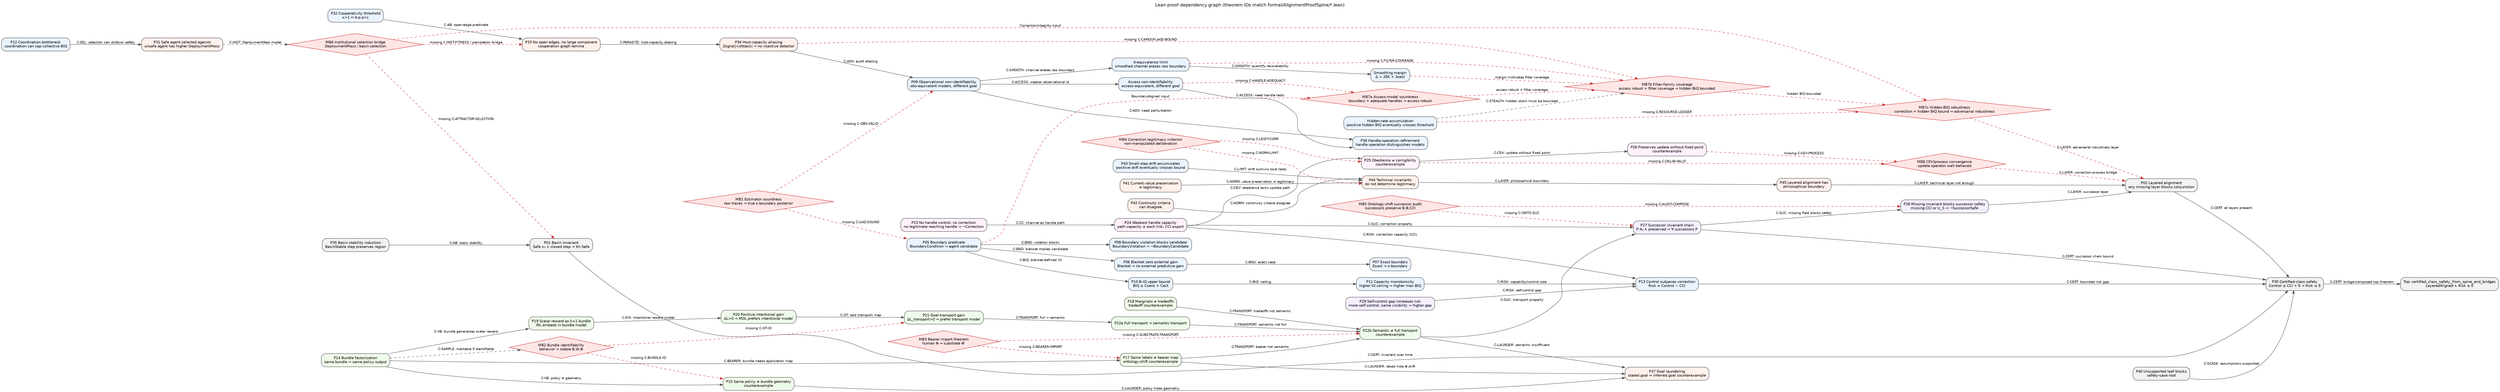
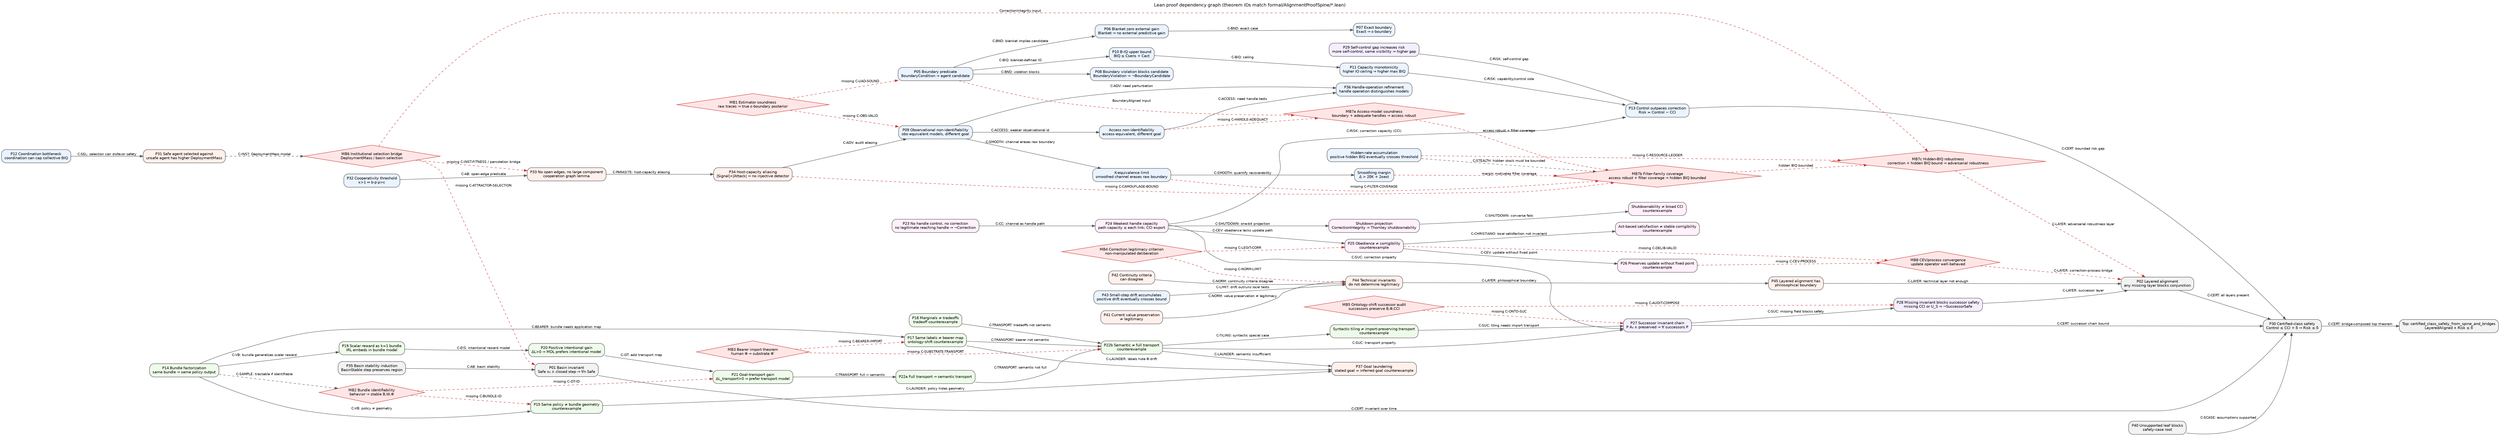
digraph LeanProofDependencies {
  graph [
    rankdir=LR,
    bgcolor="white",
    compound=false,
    splines=true,
    overlap=false,
    fontsize=12,
    fontname="Helvetica",
    label="Lean proof dependency graph (theorem IDs match formal/AlignmentProofSpine/*.lean)",
    labelloc="t"
  ];

  node [shape=box, style="rounded,filled", fontname="Helvetica", fontsize=10, color="#444444", fillcolor="#F8F8F8"];
  edge [fontname="Helvetica", fontsize=9, color="#555555", arrowsize=0.8];

  // Boundaries (ch6–7, 10, 36)
  P05 [label="P05 Boundary predicate\nBoundaryCondition ⇒ agent candidate", fillcolor="#EAF3FF"];
  P06 [label="P06 Blanket zero external gain\nBlanket ⇒ no external predictive gain", fillcolor="#EAF3FF"];
  P07 [label="P07 Exact boundary\nExact ⇒ ε-boundary", fillcolor="#EAF3FF"];
  P08 [label="P08 Boundary violation blocks candidate\nBoundaryViolation ⇒ ¬BoundaryCandidate", fillcolor="#EAF3FF"];
  P09 [label="P09 Observational non-identifiability\nobs-equivalent models, different goal", fillcolor="#EAF3FF"];
  P09A [label="Access non-identifiability\naccess-equivalent, different goal", fillcolor="#EAF3FF"];
  P09K [label="K-equivalence limit\nsmoothed channel erases raw boundary", fillcolor="#EAF3FF"];
  P36 [label="P36 Handle-operation refinement\nhandle operation distinguishes models", fillcolor="#EAF3FF"];
  P36M [label="Smoothing margin\nΔ > 2δK + 2εest", fillcolor="#EAF3FF"];

  // Capability (ch11–14, 33, 36)
  P10 [label="P10 B-IQ upper bound\nBIQ ≤ Csens + Cact", fillcolor="#EAF3FF"];
  P11 [label="P11 Capacity monotonicity\nhigher IO ceiling ⇒ higher max BIQ", fillcolor="#EAF3FF"];
  P12 [label="P12 Coordination bottleneck\ncoordination can cap collective BIQ", fillcolor="#EAF3FF"];
  P13 [label="P13 Control outpaces correction\nRisk = Control − CCI", fillcolor="#EAF3FF"];
  P32 [label="P32 Cooperativity threshold\nκ>1 ⇔ b·p·ρ>c", fillcolor="#EAF3FF"];
  P43 [label="P43 Small-step drift accumulates\npositive drift eventually crosses bound", fillcolor="#EAF3FF"];
  P43H [label="Hidden-rate accumulation\npositive hidden BIQ eventually crosses threshold", fillcolor="#EAF3FF"];

  // Bundles (ch15–23)
  P14 [label="P14 Bundle factorization\nsame bundle ⇒ same policy output", fillcolor="#EFFBEA"];
  P15 [label="P15 Same policy ≠ bundle geometry\ncounterexample", fillcolor="#EFFBEA"];
  P17 [label="P17 Same labels ≠ bearer map\nontology-shift counterexample", fillcolor="#EFFBEA"];
  P18 [label="P18 Marginals ≠ tradeoffs\ntradeoff counterexample", fillcolor="#EFFBEA"];
  P19 [label="P19 Scalar reward as k=1 bundle\nIRL embeds in bundle model", fillcolor="#EFFBEA"];
  P20 [label="P20 Positive intentional gain\nΔL>0 ⇒ MDL prefers intentional model", fillcolor="#EFFBEA"];
  P21 [label="P21 Goal-transport gain\nΔL_transport>0 ⇒ prefer transport model", fillcolor="#EFFBEA"];
  P22a [label="P22a Full transport ⇒ semantic transport", fillcolor="#EFFBEA"];
  P22b [label="P22b Semantic ≠ full transport\ncounterexample", fillcolor="#EFFBEA"];
+   P22T [label="Syntactic tiling ≠ import-preserving transport\ncounterexample", fillcolor="#EFFBEA"];

  // Correction (ch24–27)
  P23 [label="P23 No handle control, no correction\nno legitimate reaching handle ⇒ ¬Correction", fillcolor="#FFF0FB"];
  P24 [label="P24 Weakest handle capacity\npath capacity ≤ each link; CCI export", fillcolor="#FFF0FB"];
+   P24S [label="Shutdown projection\nCorrectionIntegrity ⇒ Thornley shutdownability", fillcolor="#FFF0FB"];
+   P24X [label="Shutdownability ≠ broad CCI\ncounterexample", fillcolor="#FFF0FB"];
  P25 [label="P25 Obedience ≠ corrigibility\ncounterexample", fillcolor="#FFF0FB"];
+   P25C [label="Act-based satisfaction ≠ stable corrigibility\ncounterexample", fillcolor="#FFF0FB"];
  P26 [label="P26 Preserves update without fixed point\ncounterexample", fillcolor="#FFF0FB"];

  // Successors (ch28–31)
  P27 [label="P27 Successor invariant chain\nP A₀ ∧ preserved ⇒ ∀ successors P", fillcolor="#F4EEFF"];
  P28 [label="P28 Missing invariant blocks successor safety\nmissing CCI or U_S ⇒ ¬SuccessorSafe", fillcolor="#F4EEFF"];
  P29 [label="P29 Self-control gap increases risk\nmore self-control, same visibility ⇒ higher gap", fillcolor="#F4EEFF"];

  // Adversarial / socio-technical (ch32–37)
  P31 [label="P31 Safe agent selected against\nunsafe agent has higher DeploymentMass", fillcolor="#FFF0EC"];
  P33 [label="P33 No open edges, no large component\ncooperation graph lemma", fillcolor="#FFF0EC"];
  P34 [label="P34 Host-capacity aliasing\n|Signal|<|Attack| ⇒ no injective detector", fillcolor="#FFF0EC"];
  P37 [label="P37 Goal laundering\nstated goal = inferred goal counterexample", fillcolor="#FFF0EC"];

  // Philosophy (ch41–44)
  P41 [label="P41 Current value preservation\n≠ legitimacy", fillcolor="#FFF0EC"];
  P42 [label="P42 Continuity criteria\ncan disagree", fillcolor="#FFF0EC"];
  P44 [label="P44 Technical invariants\ndo not determine legitimacy", fillcolor="#FFF0EC"];
  P45 [label="P45 Layered alignment has\nphilosophical boundary", fillcolor="#FFF0EC"];

  // Certification (ch1–5, 35, 39, 44)
  P01 [label="P01 Basin invariant\nSafe x₀ ∧ closed step ⇒ ∀n Safe", fillcolor="#F2F2F2"];
  P35 [label="P35 Basin stability induction\nBasinStable step preserves region", fillcolor="#F2F2F2"];
  P02 [label="P02 Layered alignment\nany missing layer blocks conjunction", fillcolor="#F2F2F2"];
  P30 [label="P30 Certified-class safety\nControl ≤ CCI + δ ⇒ Risk ≤ δ", fillcolor="#F2F2F2"];
  P40 [label="P40 Unsupported leaf blocks\nsafety-case root", fillcolor="#F2F2F2"];
  P30T [label="Top: certified_class_safety_from_spine_and_bridges\nLayeredAligned ∧ Risk ≤ δ", fillcolor="#F2F2F2"];

  // Bridge assumptions (MB1–MB8; MB7 split)
  MB1 [shape=diamond, style="filled", fillcolor="#FFE6E6", color="#CC3333", label="MB1 Estimator soundness\nraw traces ⇒ true ε-boundary posterior"];
  MB2 [shape=diamond, style="filled", fillcolor="#FFE6E6", color="#CC3333", label="MB2 Bundle identifiability\nbehavior ⇒ stable B,W,Φ"];
  MB3 [shape=diamond, style="filled", fillcolor="#FFE6E6", color="#CC3333", label="MB3 Bearer import theorem\nhuman Φ ⇒ substrate Φ′"];
  MB4 [shape=diamond, style="filled", fillcolor="#FFE6E6", color="#CC3333", label="MB4 Correction legitimacy criterion\nnon-manipulated deliberation"];
  MB5 [shape=diamond, style="filled", fillcolor="#FFE6E6", color="#CC3333", label="MB5 Ontology-shift successor audit\nsuccessors preserve B,Φ,CCI"];
  MB6 [shape=diamond, style="filled", fillcolor="#FFE6E6", color="#CC3333", label="MB6 Institutional selection bridge\nDeploymentMass / basin selection"];
  MB7a [shape=diamond, style="filled", fillcolor="#FFE6E6", color="#CC3333", label="MB7a Access-model soundness\nboundary + adequate handles ⇒ access robust"];
  MB7b [shape=diamond, style="filled", fillcolor="#FFE6E6", color="#CC3333", label="MB7b Filter-family coverage\naccess robust + filter coverage ⇒ hidden BIQ bounded"];
  MB7c [shape=diamond, style="filled", fillcolor="#FFE6E6", color="#CC3333", label="MB7c Hidden-BIQ robustness\ncorrection + hidden BIQ bound ⇒ adversarial robustness"];
  MB8 [shape=diamond, style="filled", fillcolor="#FFE6E6", color="#CC3333", label="MB8 CEV/process convergence\nupdate operator well-behaved"];

  // Boundary chain
  P05 -> P06 [label="C-BND: blanket implies candidate"];
  P06 -> P07 [label="C-BND: exact case"];
  P05 -> P08 [label="C-BND: violation blocks"];
  P05 -> P10 [label="C-BIQ: blanket-defined IO"];
  P10 -> P11 [label="C-BIQ: ceiling"];
  P11 -> P13 [label="C-RISK: capability/control side"];

  // Bundle / transport chain
  P14 -> P19 [label="C-VB: bundle generalizes scalar reward"];
  P14 -> P15 [label="C-VB: policy ≠ geometry"];
  P14 -> P17 [label="C-BEARER: bundle needs application map"];
  P20 -> P21 [label="C-GT: add transport map"];
  P19 -> P20 [label="C-EIS: intentional reward model"];
  P21 -> P22a [label="C-TRANSPORT: full ⇒ semantic"];
  P22a -> P22b [label="C-TRANSPORT: semantic not full"];
+   P22b -> P22T [label="C-TILING: syntactic special case"];
  P17 -> P22b [label="C-TRANSPORT: bearer not semantic"];
  P18 -> P22b [label="C-TRANSPORT: tradeoffs not semantic"];
  P15 -> P37 [label="C-LAUNDER: policy hides geometry"];
  P17 -> P37 [label="C-LAUNDER: labels hide Φ drift"];
  P22b -> P37 [label="C-LAUNDER: semantic insufficient"];
  P14 -> MB2 [label="C-SAMPLE: tractable if identifiable", style=dashed];

  // Correction chain (handle-controlled)
  P23 -> P24 [label="C-CC: channel as handle path"];
+   P24 -> P24S [label="C-SHUTDOWN: one-bit projection"];
+   P24S -> P24X [label="C-SHUTDOWN: converse fails"];
  P24 -> P25 [label="C-CEV: obedience lacks update path"];
+   P25 -> P25C [label="C-CHRISTIANO: local satisfaction not invariant"];
  P24 -> P13 [label="C-RISK: correction capacity (CCI)"];
  P25 -> P26 [label="C-CEV: update without fixed point"];
+   P22T -> P27 [label="C-SUC: tiling needs import transport"];
  P22b -> P27 [label="C-SUC: transport property"];
  P24 -> P27 [label="C-SUC: correction property"];
  P27 -> P28 [label="C-SUC: missing field blocks safety"];
  P28 -> P02 [label="C-LAYER: successor layer"];
  P29 -> P13 [label="C-RISK: self-control gap"];

  // Adversarial measurement
  P09 -> P09A [label="C-ACCESS: weaker observational id"];
  P09 -> P36 [label="C-ADV: need perturbation"];
  P09A -> P36 [label="C-ACCESS: need handle tests"];
  P09 -> P09K [label="C-SMOOTH: channel erases raw boundary"];
  P09K -> P36M [label="C-SMOOTH: quantify recoverability"];
  P34 -> P09 [label="C-ADV: audit aliasing"];
  P43H -> MB7b [label="C-STEALTH: hidden stock must be bounded", style=dashed];

  // MB7 bridge chain (matches certified_class_safety_from_spine_and_bridges)
  MB7a -> MB7b [label="access robust + filter coverage", style=dashed, color="#CC3333"];
  MB7b -> MB7c [label="hidden BIQ bounded", style=dashed, color="#CC3333"];
  MB6 -> MB7c [label="CorrectionIntegrity input", style=dashed, color="#CC3333"];
  MB7c -> P02 [label="C-LAYER: adversarial robustness layer", style=dashed, color="#CC3333"];

  // Socio-technical selection
  P12 -> P31 [label="C-SEL: selection can disfavor safety"];
  P31 -> MB6 [label="C-INST: DeploymentMass model", style=dashed];
  P32 -> P33 [label="C-AB: open-edge predicate"];
  P33 -> P34 [label="C-PARASITE: host-capacity aliasing"];

  // Philosophy limits
  P43 -> P44 [label="C-LIMIT: drift outruns local tests"];
  P41 -> P44 [label="C-NORM: value preservation ≠ legitimacy"];
  P42 -> P44 [label="C-NORM: continuity criteria disagree"];
  P44 -> P45 [label="C-LAYER: philosophical boundary"];
  P45 -> P02 [label="C-LAYER: technical layer not enough"];

  // Certification top
  P35 -> P01 [label="C-AB: basin stability"];
  P01 -> P30 [label="C-CERT: invariant over time"];
  P02 -> P30 [label="C-CERT: all layers present"];
  P13 -> P30 [label="C-CERT: bounded risk gap"];
  P27 -> P30 [label="C-CERT: successor chain bound"];
  P40 -> P30 [label="C-SCASE: assumptions supported"];
  P30 -> P30T [label="C-CERT: bridge-composed top theorem"];
  MB8 -> P02 [label="C-LAYER: correction-process bridge", style=dashed, color="#CC3333"];

  // Bridge gaps into structure
  MB1 -> P05 [label="missing C-UAD-SOUND", style=dashed, color="#CC3333"];
  MB1 -> P09 [label="missing C-OBS-VALID", style=dashed, color="#CC3333"];
  MB2 -> P15 [label="missing C-BUNDLE-ID", style=dashed, color="#CC3333"];
  MB2 -> P21 [label="missing C-GT-ID", style=dashed, color="#CC3333"];
  MB3 -> P17 [label="missing C-BEARER-IMPORT", style=dashed, color="#CC3333"];
  MB3 -> P22b [label="missing C-SUBSTRATE-TRANSPORT", style=dashed, color="#CC3333"];
  MB4 -> P25 [label="missing C-LEGIT-CORR", style=dashed, color="#CC3333"];
  MB4 -> P44 [label="missing C-NORM-LIMIT", style=dashed, color="#CC3333"];
  MB5 -> P27 [label="missing C-ONTO-SUC", style=dashed, color="#CC3333"];
  MB5 -> P28 [label="missing C-AUDIT-COMPOSE", style=dashed, color="#CC3333"];
  MB6 -> P33 [label="missing C-INST-FITNESS / percolation bridge", style=dashed, color="#CC3333"];
  MB6 -> P01 [label="missing C-ATTRACTOR-SELECTION", style=dashed, color="#CC3333"];
  P05 -> MB7a [label="BoundaryAligned input", style=dashed, color="#CC3333"];
  P09A -> MB7a [label="missing C-HANDLE-ADEQUACY", style=dashed, color="#CC3333"];
  P36M -> MB7b [label="margin motivates filter coverage", style=dashed, color="#CC3333"];
  P09K -> MB7b [label="missing C-FILTER-COVERAGE", style=dashed, color="#CC3333"];
  P34 -> MB7b [label="missing C-CAMOUFLAGE-BOUND", style=dashed, color="#CC3333"];
  P43H -> MB7c [label="missing C-RESOURCE-LEDGER", style=dashed, color="#CC3333"];
  P26 -> MB8 [label="missing C-CEV-PROCESS", style=dashed, color="#CC3333"];
  P25 -> MB8 [label="missing C-DELIB-VALID", style=dashed, color="#CC3333"];
}
